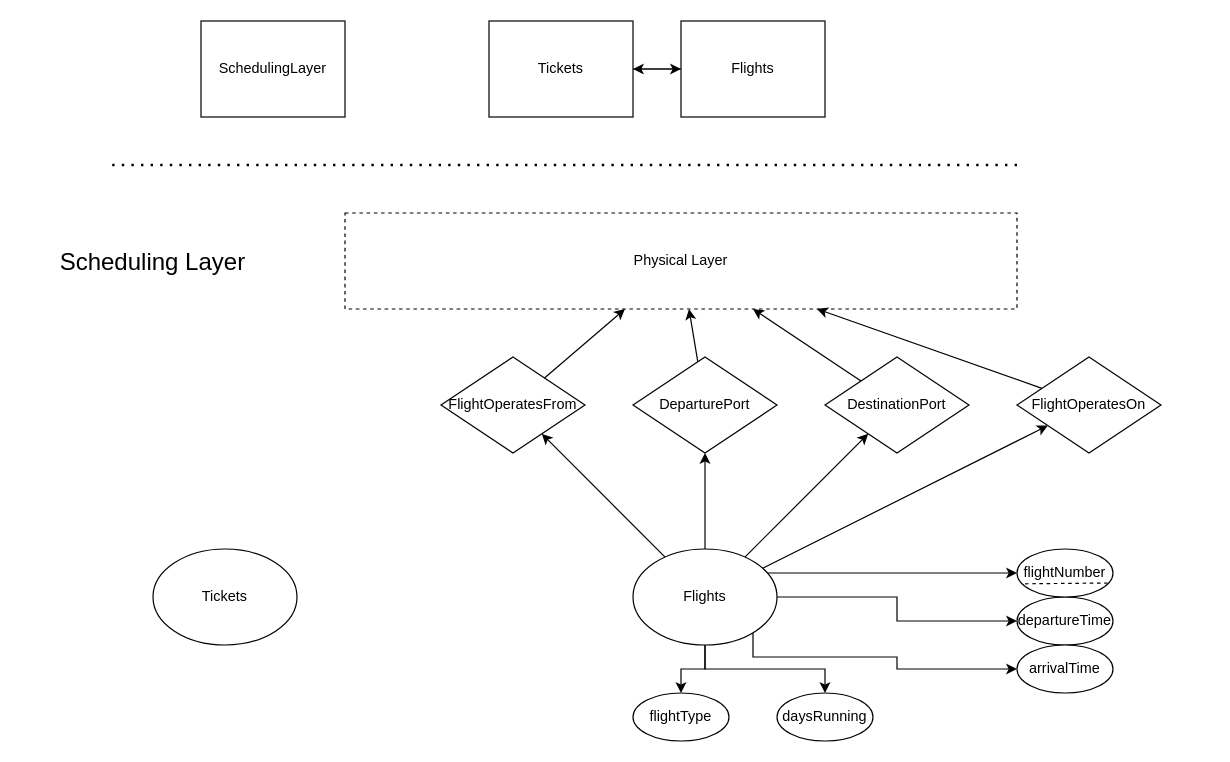
Earlier version of the draw.io diagram page "SchedulingLayer" (4 of 7) of ERDiagram.drawio (kyle4036/DatabaseManagement2026Project1). Source tidied: cells renumbered, new cells numbered last; positions are measured from the earlier drawing's top-left corner, leaving out a move shared by most shapes. Both pictures are drawn from the tidied source at 120%, with x=0, y=0 at pixel (56, 20).
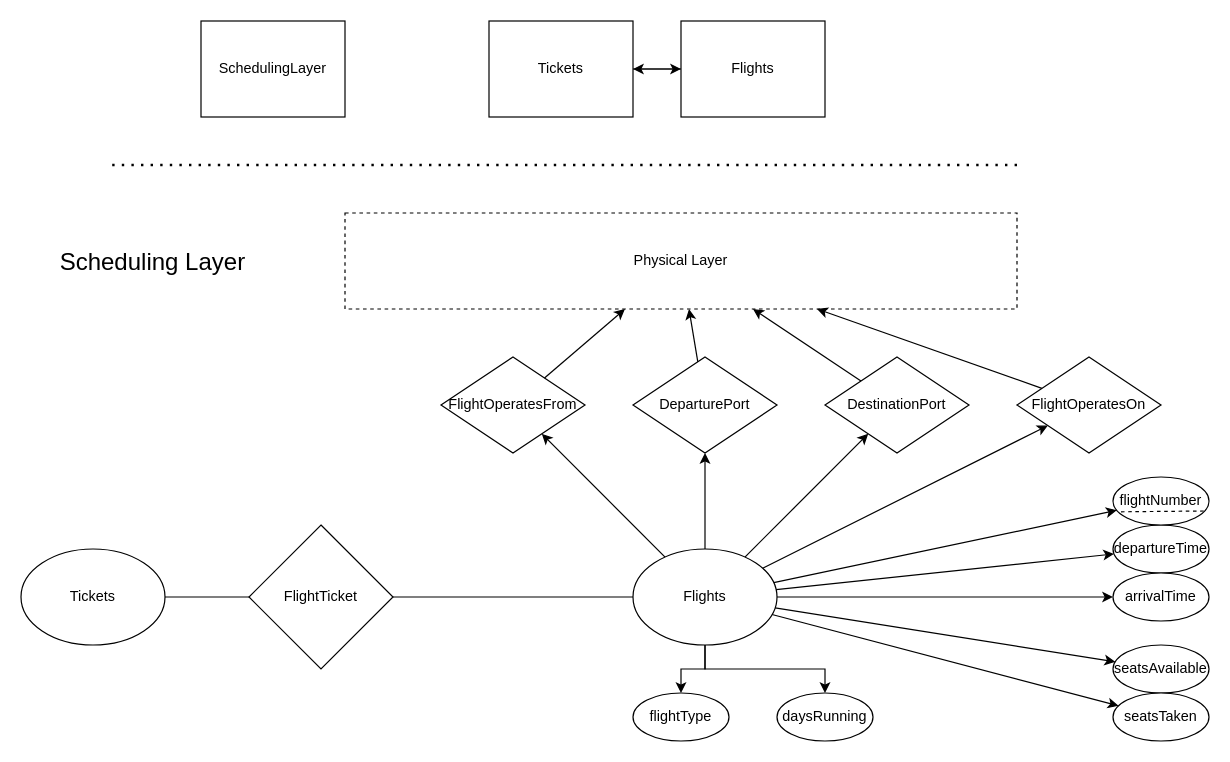
The same page after the edit.

The change refers to these unchanged cells:
```xml
<mxCell id="18" value="Flights" style="ellipse;whiteSpace=wrap;html=1;" parent="1" vertex="1">
  <mxGeometry x="480" y="440" width="120" height="80" as="geometry" />
</mxCell>
<mxCell id="35" value="flightNumber" style="ellipse;whiteSpace=wrap;html=1;" parent="34" vertex="1">
  <mxGeometry width="80" height="40" as="geometry" />
</mxCell>
```

Diff of the diagram source:
```diff
@@
-    <mxCell id="15" style="edgeStyle=orthogonalEdgeStyle;rounded=0;jettySize=auto;html=1;" parent="1" edge="1" source="18" target="32">
+    <mxCell id="15" style="rounded=0;jettySize=auto;html=1;" parent="1" edge="1" source="18" target="32">
       <mxGeometry relative="1" as="geometry" />
     </mxCell>
-    <mxCell id="16" style="edgeStyle=orthogonalEdgeStyle;rounded=0;jettySize=auto;html=1;" parent="1" edge="1" source="18" target="35">
-      <mxGeometry relative="1" as="geometry">
-        <Array as="points">
-          <mxPoint x="660" y="460" />
-          <mxPoint x="660" y="460" />
-        </Array>
-      </mxGeometry>
+    <mxCell id="16" style="rounded=0;jettySize=auto;html=1;" parent="1" edge="1" source="18" target="35">
+      <mxGeometry relative="1" as="geometry" />
     </mxCell>
-    <mxCell id="17" style="edgeStyle=orthogonalEdgeStyle;rounded=0;jettySize=auto;html=1;" parent="1" edge="1" source="18" target="33">
-      <mxGeometry relative="1" as="geometry">
-        <Array as="points">
-          <mxPoint x="580" y="530" />
-          <mxPoint x="700" y="530" />
-          <mxPoint x="700" y="540" />
-        </Array>
-      </mxGeometry>
+    <mxCell id="17" style="rounded=0;jettySize=auto;html=1;" parent="1" edge="1" source="18" target="33">
+      <mxGeometry relative="1" as="geometry" />
     </mxCell>
+    <mxCell id="37" style="rounded=0;jettySize=auto;html=1;" parent="1" edge="1" source="18" target="42">
+      <mxGeometry relative="1" as="geometry" />
+    </mxCell>
+    <mxCell id="38" style="rounded=0;jettySize=auto;html=1;" parent="1" edge="1" source="18" target="43">
+      <mxGeometry relative="1" as="geometry" />
+    </mxCell>
@@
+    <mxCell id="39" style="edgeStyle=orthogonalEdgeStyle;rounded=0;jettySize=auto;html=1;endArrow=none;endFill=0;startArrow=none;startFill=0;" parent="1" edge="1" source="19" target="41">
+      <mxGeometry relative="1" as="geometry" />
+    </mxCell>
     <mxCell id="19" value="Tickets" style="ellipse;whiteSpace=wrap;html=1;" parent="1" vertex="1">
-      <mxGeometry x="80" y="440" width="120" height="80" as="geometry" />
+      <mxGeometry x="-30" y="440" width="120" height="80" as="geometry" />
     </mxCell>
@@
     <mxCell id="32" value="departureTime" style="ellipse;whiteSpace=wrap;html=1;" parent="1" vertex="1">
-      <mxGeometry x="800" y="480" width="80" height="40" as="geometry" />
+      <mxGeometry x="880" y="420" width="80" height="40" as="geometry" />
     </mxCell>
     <mxCell id="33" value="arrivalTime" style="ellipse;whiteSpace=wrap;html=1;" parent="1" vertex="1">
-      <mxGeometry x="800" y="520" width="80" height="40" as="geometry" />
+      <mxGeometry x="880" y="460" width="80" height="40" as="geometry" />
     </mxCell>
     <mxCell id="34" style="group;" parent="1" vertex="1">
-      <mxGeometry x="800" y="440" width="80" height="40" as="geometry" />
+      <mxGeometry x="880" y="380" width="80" height="40" as="geometry" />
     </mxCell>
@@
+    <mxCell id="40" style="edgeStyle=orthogonalEdgeStyle;rounded=0;jettySize=auto;html=1;endArrow=none;endFill=0;" parent="1" edge="1" source="41" target="18">
+      <mxGeometry relative="1" as="geometry" />
+    </mxCell>
+    <mxCell id="41" value="FlightTicket" style="rhombus;whiteSpace=wrap;html=1;" parent="1" vertex="1">
+      <mxGeometry x="160" y="420" width="120" height="120" as="geometry" />
+    </mxCell>
+    <mxCell id="42" value="seatsAvailable" style="ellipse;whiteSpace=wrap;html=1;" parent="1" vertex="1">
+      <mxGeometry x="880" y="520" width="80" height="40" as="geometry" />
+    </mxCell>
+    <mxCell id="43" value="seatsTaken" style="ellipse;whiteSpace=wrap;html=1;" parent="1" vertex="1">
+      <mxGeometry x="880" y="560" width="80" height="40" as="geometry" />
+    </mxCell>
```
